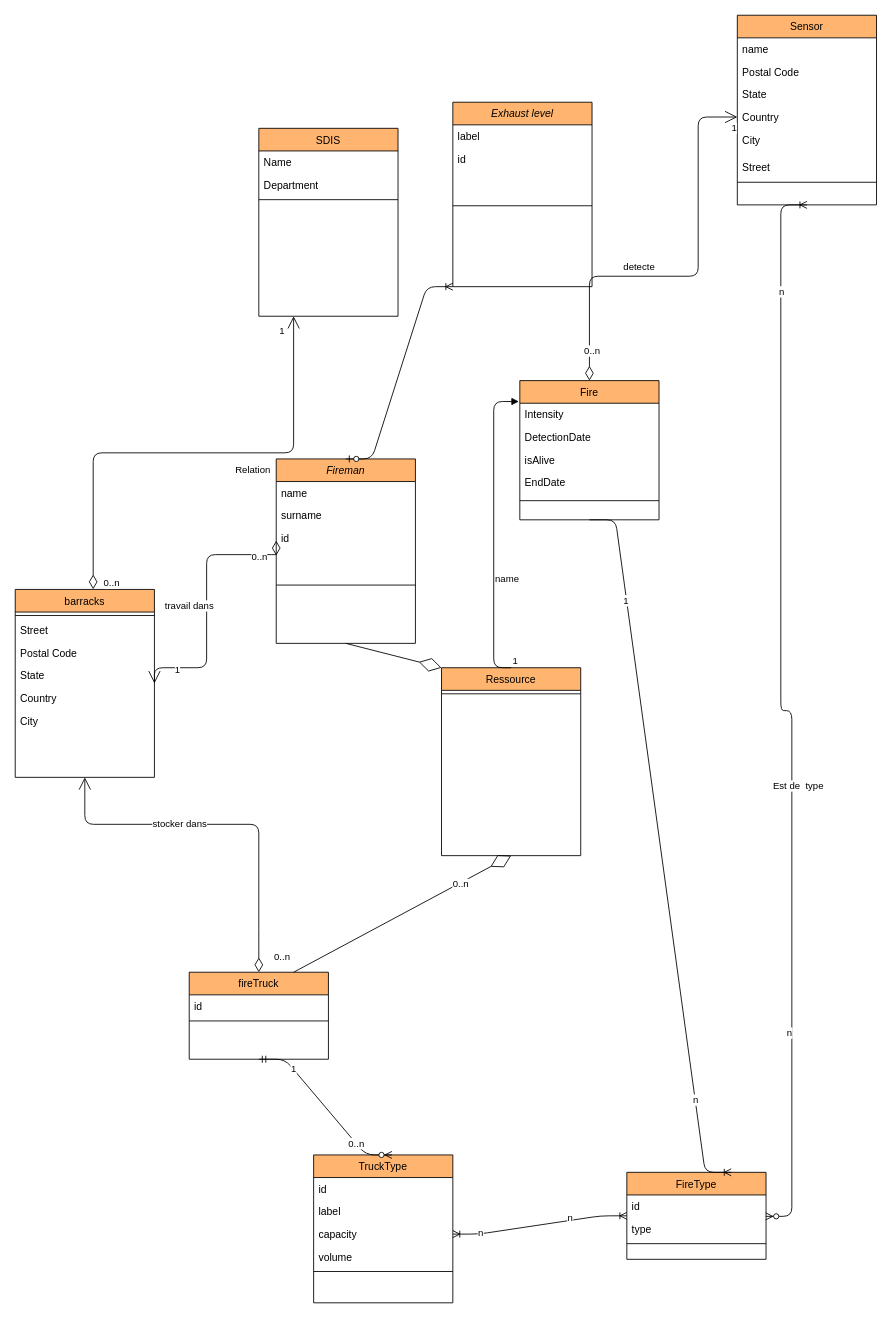
This is temp/classes.drawio from Elyspio/s7-projet-transversal-cpe, a draw.io file, before an edit. Source tidied: cells renumbered, new cells numbered last; positions are measured from the earlier drawing's top-left corner, leaving out a move shared by most shapes. Both pictures are drawn from the tidied source at 87%, with x=0, y=0 at pixel (15, 15).
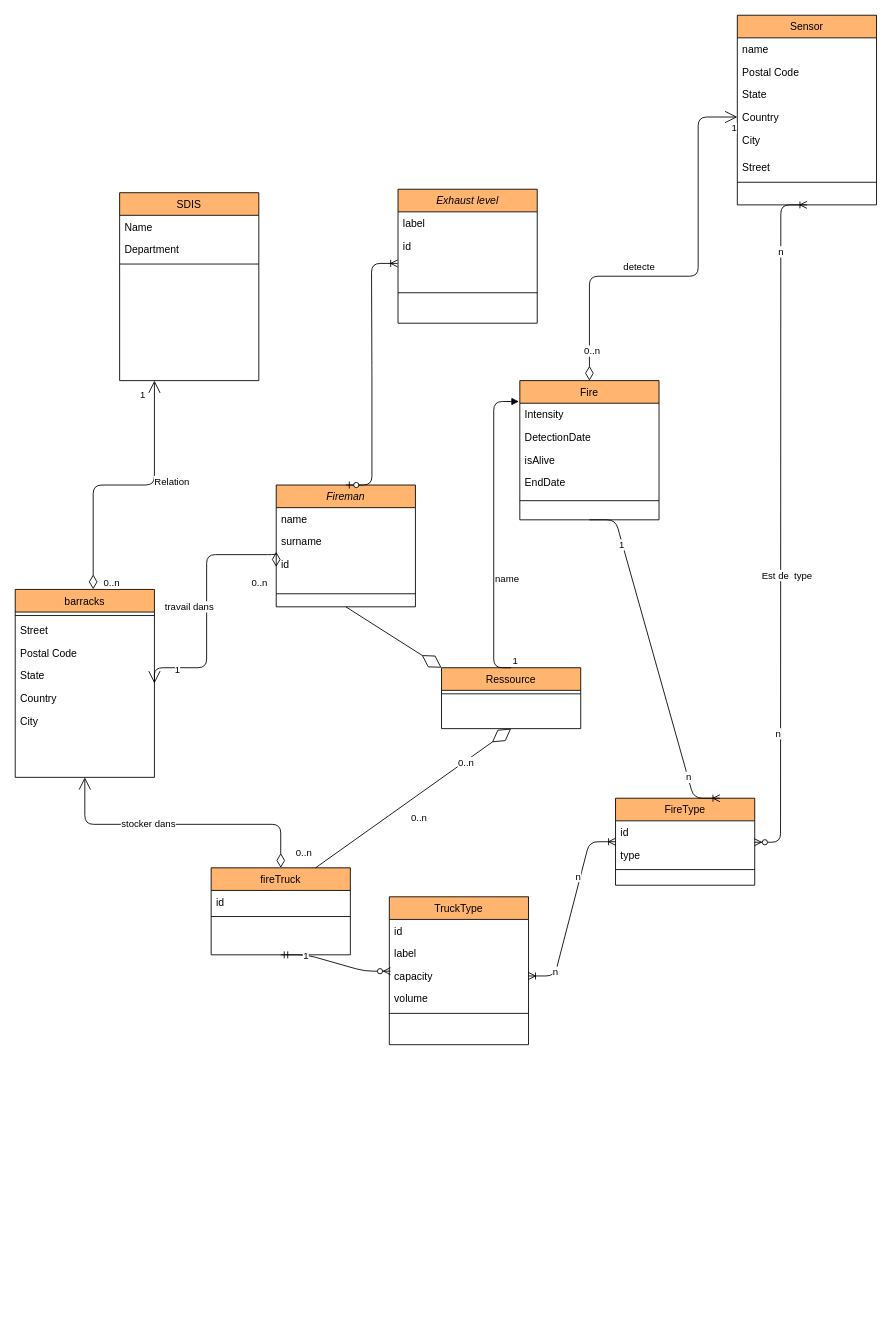
Above is the later version.

The change refers to these unchanged cells:
```xml
<mxCell id="7" value="barracks" style="swimlane;fontStyle=0;align=center;verticalAlign=top;horizontal=1;startSize=26;rounded=0;shadow=0;strokeWidth=1;fillColor=#FFB570;" parent="1" vertex="1">
  <mxGeometry y="660" width="160" height="216" as="geometry" />
</mxCell>
<mxCell id="70" value="capacity" style="text;align=left;verticalAlign=top;spacingLeft=4;spacingRight=4;overflow=hidden;points=[[0,0.5],[1,0.5]];portConstraint=eastwest;" parent="67" vertex="1">
  <mxGeometry y="78" width="160" height="26" as="geometry" />
</mxCell>
<mxCell id="75" value="id" style="text;align=left;verticalAlign=top;spacingLeft=4;spacingRight=4;overflow=hidden;points=[[0,0.5],[1,0.5]];portConstraint=eastwest;rounded=0;shadow=0;html=0;" parent="73" vertex="1">
  <mxGeometry y="52" width="160" height="32" as="geometry" />
</mxCell>
```

Diff of the diagram source:
```diff
@@
     <mxCell id="2" value="Fireman" style="swimlane;fontStyle=2;align=center;verticalAlign=top;horizontal=1;startSize=26;rounded=0;shadow=0;strokeWidth=1;fillColor=#FFB570;" parent="1" vertex="1">
-      <mxGeometry x="300" y="510" width="160" height="212" as="geometry" />
+      <mxGeometry x="300" y="540" width="160" height="140" as="geometry" />
     </mxCell>
@@
     <mxCell id="6" style="line;html=1;strokeWidth=1;align=left;verticalAlign=middle;spacingTop=-1;spacingLeft=3;spacingRight=3;labelPosition=right;" parent="2" vertex="1">
-      <mxGeometry y="110" width="160" height="70" as="geometry" />
+      <mxGeometry y="110" width="160" height="30" as="geometry" />
     </mxCell>
@@
     <mxCell id="14" value="fireTruck" style="swimlane;fontStyle=0;align=center;verticalAlign=top;horizontal=1;startSize=26;rounded=0;shadow=0;strokeWidth=1;fillColor=#FFB570;" parent="1" vertex="1">
-      <mxGeometry x="200" y="1100" width="160" height="100" as="geometry" />
+      <mxGeometry x="225.2" y="980" width="160" height="100" as="geometry" />
     </mxCell>
@@
     <mxCell id="20" value="stocker dans" style="endArrow=open;html=1;endSize=12;startArrow=diamondThin;startSize=14;startFill=0;edgeStyle=orthogonalEdgeStyle;exitX=0.5;exitY=0;exitDx=0;exitDy=0;entryX=0.5;entryY=1;entryDx=0;entryDy=0;" parent="1" edge="1" source="14" target="7">
       <mxGeometry x="0.23" relative="1" as="geometry">
         <Array as="points">
-          <mxPoint x="280" y="1060" />
-          <mxPoint x="280" y="930" />
+          <mxPoint x="305" y="930" />
           <mxPoint x="80" y="930" />
         </Array>
       </mxGeometry>
     </mxCell>
@@
     <mxCell id="28" value="SDIS" style="swimlane;fontStyle=0;align=center;verticalAlign=top;horizontal=1;startSize=26;rounded=0;shadow=0;strokeWidth=1;fillColor=#FFB570;" parent="1" vertex="1">
-      <mxGeometry x="280" y="130" width="160" height="216" as="geometry" />
+      <mxGeometry x="120" y="204" width="160" height="216" as="geometry" />
     </mxCell>
@@
     <mxCell id="35" value="Ressource" style="swimlane;fontStyle=0;align=center;verticalAlign=top;horizontal=1;startSize=26;rounded=0;shadow=0;strokeWidth=1;fillColor=#FFB570;" parent="1" vertex="1">
-      <mxGeometry x="490" y="750" width="160" height="216" as="geometry" />
+      <mxGeometry x="490" y="750" width="160" height="70" as="geometry" />
     </mxCell>
@@
     <mxCell id="53" value="FireType" style="swimlane;fontStyle=0;align=center;verticalAlign=top;horizontal=1;startSize=26;rounded=0;shadow=0;strokeWidth=1;fillColor=#FFB570;" parent="1" vertex="1">
-      <mxGeometry x="703" y="1330" width="160" height="100" as="geometry" />
+      <mxGeometry x="690" y="900" width="160" height="100" as="geometry" />
     </mxCell>
@@
     <mxCell id="67" value="TruckType" style="swimlane;fontStyle=0;align=center;verticalAlign=top;horizontal=1;startSize=26;rounded=0;shadow=0;strokeWidth=1;fillColor=#FFB570;" parent="1" vertex="1">
-      <mxGeometry x="343" y="1310" width="160" height="170" as="geometry" />
+      <mxGeometry x="430" y="1013.3" width="160" height="170" as="geometry" />
     </mxCell>
@@
     <mxCell id="73" value="Exhaust level" style="swimlane;fontStyle=2;align=center;verticalAlign=top;horizontal=1;startSize=26;rounded=0;shadow=0;strokeWidth=1;fillColor=#FFB570;" parent="1" vertex="1">
-      <mxGeometry x="503" y="100" width="160" height="212" as="geometry" />
+      <mxGeometry x="440" y="200" width="160" height="154" as="geometry" />
     </mxCell>
@@
-    <mxCell id="77" style="edgeStyle=entityRelationEdgeStyle;fontSize=12;html=1;endArrow=ERoneToMany;startArrow=ERzeroToOne;entryX=0;entryY=1;entryDx=0;entryDy=0;exitX=0.5;exitY=0;exitDx=0;exitDy=0;" parent="1" edge="1" source="2" target="73">
+    <mxCell id="77" style="edgeStyle=entityRelationEdgeStyle;fontSize=12;html=1;endArrow=ERoneToMany;startArrow=ERzeroToOne;entryX=-0.003;entryY=1.04;entryDx=0;entryDy=0;exitX=0.5;exitY=0;exitDx=0;exitDy=0;entryPerimeter=0;" parent="1" edge="1" source="2" target="75">
       <mxGeometry relative="1" as="geometry" />
     </mxCell>
-    <mxCell id="78" style="edgeStyle=entityRelationEdgeStyle;fontSize=12;html=1;endArrow=ERzeroToMany;startArrow=ERmandOne;exitX=0.5;exitY=1;exitDx=0;exitDy=0;" parent="1" edge="1" source="14">
-      <mxGeometry relative="1" as="geometry">
-        <mxPoint x="433" y="1310" as="targetPoint" />
-      </mxGeometry>
+    <mxCell id="78" style="edgeStyle=entityRelationEdgeStyle;fontSize=12;html=1;endArrow=ERzeroToMany;startArrow=ERmandOne;exitX=0.5;exitY=1;exitDx=0;exitDy=0;entryX=0.008;entryY=0.288;entryDx=0;entryDy=0;entryPerimeter=0;" parent="1" edge="1" source="14" target="70">
+      <mxGeometry relative="1" as="geometry" />
     </mxCell>
@@
     <mxCell id="80" value="0..n" style="edgeLabel;html=1;align=center;verticalAlign=middle;" parent="78" vertex="1">
-      <mxGeometry x="0.54" relative="1" as="geometry" />
+      <mxGeometry x="0.54" relative="1" as="geometry">
+        <mxPoint x="61.8" y="-176.7" as="offset" />
+      </mxGeometry>
     </mxCell>
```
